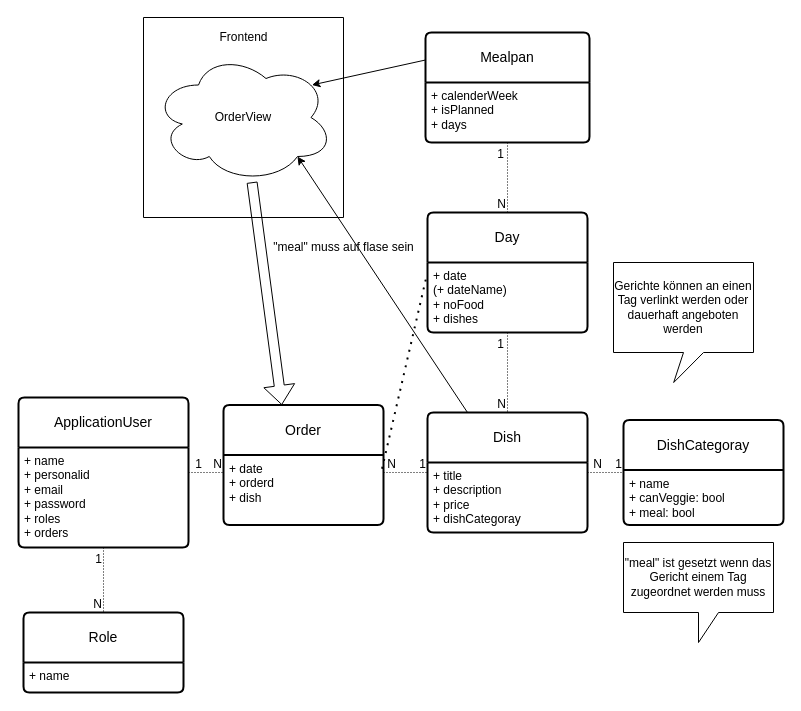
Above: docs/resources/src/Database.drawio in Golo300/Kantinerado (draw.io), before the change. Source tidied: cells renumbered, new cells numbered last; positions are measured from the earlier drawing's top-left corner, leaving out a move shared by most shapes. Both pictures are drawn from the tidied source at 100%, with x=0, y=0 at pixel (18, 17).
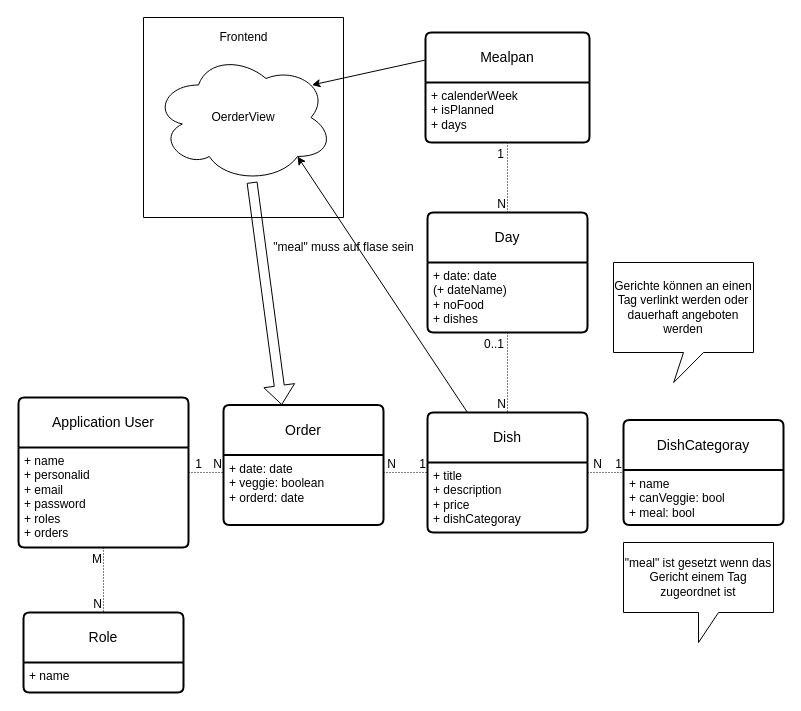
The same diagram, later.

The change refers to these unchanged cells:
```xml
<mxCell id="8" value="Day" style="swimlane;horizontal=1;startSize=50;rounded=1;fontSize=14;fontStyle=0;strokeWidth=2;shadow=0;dashed=0;align=center;arcSize=4;whiteSpace=wrap;html=1;" parent="1" vertex="1">
  <mxGeometry x="409" y="195" width="160" height="120" as="geometry" />
</mxCell>
<mxCell id="24" value="Order" style="swimlane;horizontal=1;startSize=50;rounded=1;fontSize=14;fontStyle=0;strokeWidth=2;shadow=0;dashed=0;align=center;arcSize=4;whiteSpace=wrap;html=1;" parent="1" vertex="1">
  <mxGeometry x="205" y="387.5" width="160" height="120" as="geometry" />
</mxCell>
```

Diff of the diagram source:
```diff
@@
-    <mxCell id="2" value="ApplicationUser" style="swimlane;horizontal=1;startSize=50;rounded=1;fontSize=14;fontStyle=0;strokeWidth=2;shadow=0;dashed=0;align=center;arcSize=4;whiteSpace=wrap;html=1;" parent="1" vertex="1">
+    <mxCell id="2" value="Application User" style="swimlane;horizontal=1;startSize=50;rounded=1;fontSize=14;fontStyle=0;strokeWidth=2;shadow=0;dashed=0;align=center;arcSize=4;whiteSpace=wrap;html=1;" parent="1" vertex="1">
       <mxGeometry y="380" width="170" height="150" as="geometry" />
     </mxCell>
@@
-    <mxCell id="9" value="+ date&lt;br&gt;(+ dateName)&lt;br&gt;+ noFood&lt;br&gt;+ dishes" style="align=left;strokeColor=none;fillColor=none;spacingLeft=4;fontSize=12;verticalAlign=top;html=1;" parent="8" vertex="1">
+    <mxCell id="9" value="+ date: date&lt;br&gt;(+ dateName)&lt;br&gt;+ noFood&lt;br&gt;+ dishes" style="align=left;strokeColor=none;fillColor=none;spacingLeft=4;fontSize=12;verticalAlign=top;html=1;" parent="8" vertex="1">
       <mxGeometry y="50" width="160" height="70" as="geometry" />
     </mxCell>
@@
-    <mxCell id="25" value="+ date&lt;br&gt;+ orderd&lt;br&gt;+ dish" style="align=left;strokeColor=none;fillColor=none;spacingLeft=4;fontSize=12;verticalAlign=top;html=1;" parent="24" vertex="1">
+    <mxCell id="25" value="+ date: date&lt;br&gt;+ veggie: boolean&lt;br&gt;+ orderd: date" style="align=left;strokeColor=none;fillColor=none;spacingLeft=4;fontSize=12;verticalAlign=top;html=1;" parent="24" vertex="1">
       <mxGeometry y="50" width="160" height="70" as="geometry" />
     </mxCell>
@@
-    <mxCell id="29" value="&quot;meal&quot; ist gesetzt wenn das Gericht einem Tag zugeordnet werden muss" style="shape=callout;whiteSpace=wrap;html=1;perimeter=calloutPerimeter;" parent="1" vertex="1">
+    <mxCell id="29" value="&quot;meal&quot; ist gesetzt wenn das Gericht einem Tag zugeordnet ist" style="shape=callout;whiteSpace=wrap;html=1;perimeter=calloutPerimeter;" parent="1" vertex="1">
       <mxGeometry x="605" y="525" width="150" height="100" as="geometry" />
     </mxCell>
-    <mxCell id="30" value="OrderView" style="ellipse;shape=cloud;whiteSpace=wrap;html=1;align=center;" parent="1" vertex="1">
+    <mxCell id="30" value="OerderView" style="ellipse;shape=cloud;whiteSpace=wrap;html=1;align=center;" parent="1" vertex="1">
       <mxGeometry x="135" y="35" width="180" height="130" as="geometry" />
     </mxCell>
@@
-    <mxCell id="38" value="1" style="html=1;whiteSpace=wrap;align=right;verticalAlign=bottom;" parent="1" vertex="1">
+    <mxCell id="38" value="M" style="html=1;whiteSpace=wrap;align=right;verticalAlign=bottom;" parent="1" vertex="1">
       <mxGeometry x="85" y="550" as="geometry" />
     </mxCell>
@@
-    <mxCell id="41" value="1" style="html=1;whiteSpace=wrap;align=right;verticalAlign=bottom;" parent="1" vertex="1">
+    <mxCell id="41" value="0..1" style="html=1;whiteSpace=wrap;align=right;verticalAlign=bottom;" parent="1" vertex="1">
       <mxGeometry x="487" y="335" as="geometry" />
     </mxCell>
@@
-    <mxCell id="43" style="endArrow=none;dashed=1;html=1;dashPattern=1 3;strokeWidth=2;rounded=0;exitX=0.991;exitY=0.195;exitDx=0;exitDy=0;exitPerimeter=0;entryX=-0.004;entryY=0.176;entryDx=0;entryDy=0;entryPerimeter=0;" parent="1" edge="1" source="25" target="9">
-      <mxGeometry relative="1" as="geometry" />
-    </mxCell>
```
